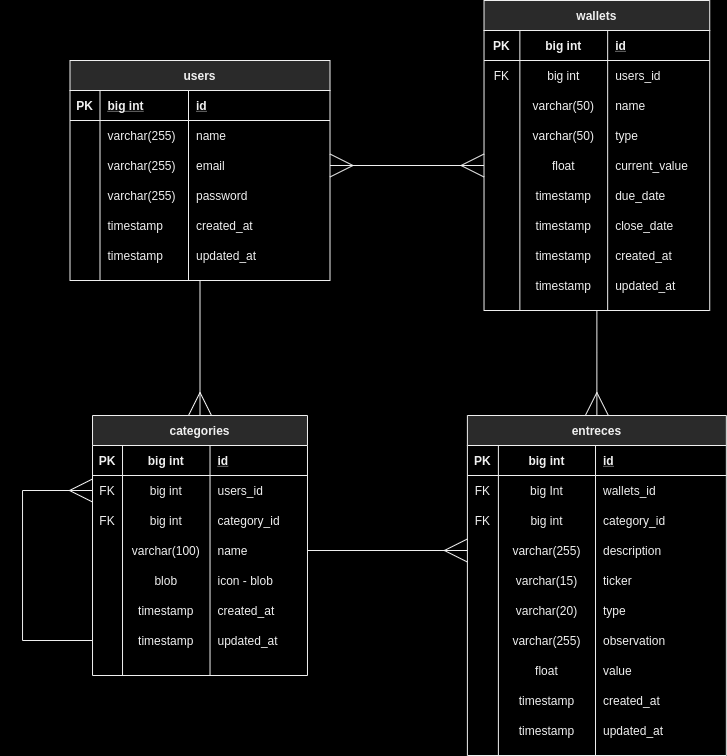
The draw.io diagram public/my-wallet-der.png in gpreviatti/my-wallet-backend, before a commit. Source tidied: cells renumbered, new cells last; positions are measured from the earlier drawing's top-left corner, leaving out a move shared by most shapes.
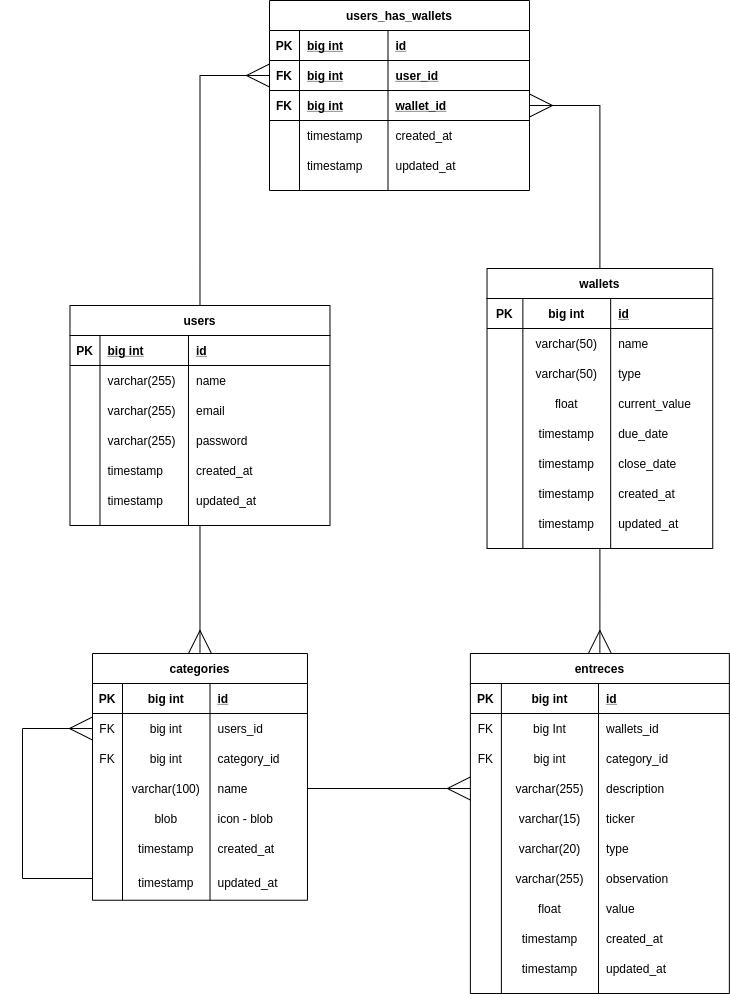
The same file after the commit.

Commit message:
imp der

The edit, as a diff of the source:
```diff
@@ -1,4 +1,4 @@
-<mxGraphModel background="#000000">
+<mxGraphModel>
   <root>
     <mxCell id="0" />
     <mxCell id="1" parent="0" />
@@ -11,11 +11,77 @@
     <mxCell id="4" style="edgeStyle=orthogonalEdgeStyle;rounded=0;jettySize=auto;html=1;entryX=0;entryY=0.5;entryDx=0;entryDy=0;endArrow=ERmany;endFill=0;endSize=21;targetPerimeterSpacing=5;" parent="1" edge="1" source="122" target="81">
       <mxGeometry relative="1" as="geometry" />
     </mxCell>
-    <mxCell id="5" style="edgeStyle=orthogonalEdgeStyle;rounded=0;jettySize=auto;html=1;exitX=1;exitY=0.5;exitDx=0;exitDy=0;entryX=0;entryY=0.5;entryDx=0;entryDy=0;startArrow=ERmany;startFill=0;startSize=21;sourcePerimeterSpacing=21;targetPerimeterSpacing=21;endArrow=ERmany;endFill=0;endSize=21;" parent="1" edge="1" source="15" target="48">
-      <mxGeometry relative="1" as="geometry" />
-    </mxCell>
+    <mxCell id="143" style="edgeStyle=orthogonalEdgeStyle;rounded=0;jettySize=auto;html=1;entryX=1;entryY=0.5;entryDx=0;entryDy=0;endArrow=ERmany;endFill=0;endSize=21;" parent="1" edge="1" source="31" target="153">
+      <mxGeometry relative="1" as="geometry" />
+    </mxCell>
+    <mxCell id="144" value="users_has_wallets" style="shape=table;startSize=30;rowLines=0;fontStyle=1;align=center;" parent="1" vertex="1">
+      <mxGeometry x="238" y="-85" width="260" height="190" as="geometry" />
+    </mxCell>
+    <mxCell id="145" style="shape=partialRectangle;fillColor=none;top=0;left=0;bottom=1;right=0;" parent="144" vertex="1">
+      <mxGeometry y="30" width="260" height="30" as="geometry" />
+    </mxCell>
+    <mxCell id="146" value="PK" style="shape=partialRectangle;fillColor=none;top=0;left=0;bottom=0;right=0;fontStyle=1;overflow=hidden;" parent="145" vertex="1">
+      <mxGeometry width="30" height="30" as="geometry" />
+    </mxCell>
+    <mxCell id="147" value="big int" style="shape=partialRectangle;fillColor=none;top=0;left=0;bottom=0;right=0;align=left;spacingLeft=6;fontStyle=5;overflow=hidden;" parent="145" vertex="1">
+      <mxGeometry x="30" width="88.5" height="30" as="geometry" />
+    </mxCell>
+    <mxCell id="148" value="id" style="shape=partialRectangle;fillColor=none;top=0;left=0;bottom=0;right=0;align=left;spacingLeft=6;fontStyle=5;overflow=hidden;" parent="145" vertex="1">
+      <mxGeometry x="118.5" width="141.5" height="30" as="geometry" />
+    </mxCell>
+    <mxCell id="149" style="shape=partialRectangle;fillColor=none;top=0;left=0;bottom=1;right=0;points=[[0,0.5],[1,0.5]];portConstraint=eastwest;" parent="144" vertex="1">
+      <mxGeometry y="60" width="260" height="30" as="geometry" />
+    </mxCell>
+    <mxCell id="150" value="FK" style="shape=partialRectangle;fillColor=none;top=0;left=0;bottom=0;right=0;fontStyle=1;overflow=hidden;" parent="149" vertex="1">
+      <mxGeometry width="30" height="30" as="geometry" />
+    </mxCell>
+    <mxCell id="151" value="big int" style="shape=partialRectangle;fillColor=none;top=0;left=0;bottom=0;right=0;align=left;spacingLeft=6;fontStyle=5;overflow=hidden;" parent="149" vertex="1">
+      <mxGeometry x="30" width="88.5" height="30" as="geometry" />
+    </mxCell>
+    <mxCell id="152" value="user_id" style="shape=partialRectangle;fillColor=none;top=0;left=0;bottom=0;right=0;align=left;spacingLeft=6;fontStyle=5;overflow=hidden;" parent="149" vertex="1">
+      <mxGeometry x="118.5" width="141.5" height="30" as="geometry" />
+    </mxCell>
+    <mxCell id="153" style="shape=partialRectangle;fillColor=none;top=0;left=0;bottom=1;right=0;points=[[0,0.5],[1,0.5]];portConstraint=eastwest;" parent="144" vertex="1">
+      <mxGeometry y="90" width="260" height="30" as="geometry" />
+    </mxCell>
+    <mxCell id="154" value="FK" style="shape=partialRectangle;fillColor=none;top=0;left=0;bottom=0;right=0;fontStyle=1;overflow=hidden;" parent="153" vertex="1">
+      <mxGeometry width="30" height="30" as="geometry" />
+    </mxCell>
+    <mxCell id="155" value="big int" style="shape=partialRectangle;fillColor=none;top=0;left=0;bottom=0;right=0;align=left;spacingLeft=6;fontStyle=5;overflow=hidden;" parent="153" vertex="1">
+      <mxGeometry x="30" width="88.5" height="30" as="geometry" />
+    </mxCell>
+    <mxCell id="156" value="wallet_id" style="shape=partialRectangle;fillColor=none;top=0;left=0;bottom=0;right=0;align=left;spacingLeft=6;fontStyle=5;overflow=hidden;" parent="153" vertex="1">
+      <mxGeometry x="118.5" width="141.5" height="30" as="geometry" />
+    </mxCell>
+    <mxCell id="157" style="shape=partialRectangle;fillColor=none;top=0;left=0;bottom=0;right=0;" parent="144" vertex="1">
+      <mxGeometry y="120" width="260" height="30" as="geometry" />
+    </mxCell>
+    <mxCell id="158" style="shape=partialRectangle;fillColor=none;top=0;left=0;bottom=0;right=0;overflow=hidden;" parent="157" vertex="1">
+      <mxGeometry width="30" height="30" as="geometry" />
+    </mxCell>
+    <mxCell id="159" value="timestamp" style="shape=partialRectangle;fillColor=none;top=0;left=0;bottom=0;right=0;align=left;spacingLeft=6;overflow=hidden;" parent="157" vertex="1">
+      <mxGeometry x="30" width="88.5" height="30" as="geometry" />
+    </mxCell>
+    <mxCell id="160" value="created_at " style="shape=partialRectangle;fillColor=none;top=0;left=0;bottom=0;right=0;align=left;spacingLeft=6;overflow=hidden;" parent="157" vertex="1">
+      <mxGeometry x="118.5" width="141.5" height="30" as="geometry" />
+    </mxCell>
+    <mxCell id="161" style="shape=partialRectangle;fillColor=none;top=0;left=0;bottom=0;right=0;" parent="144" vertex="1">
+      <mxGeometry y="150" width="260" height="30" as="geometry" />
+    </mxCell>
+    <mxCell id="162" style="shape=partialRectangle;fillColor=none;top=0;left=0;bottom=0;right=0;overflow=hidden;" parent="161" vertex="1">
+      <mxGeometry width="30" height="30" as="geometry" />
+    </mxCell>
+    <mxCell id="163" value="timestamp" style="shape=partialRectangle;fillColor=none;top=0;left=0;bottom=0;right=0;align=left;spacingLeft=6;overflow=hidden;" parent="161" vertex="1">
+      <mxGeometry x="30" width="88.5" height="30" as="geometry" />
+    </mxCell>
+    <mxCell id="164" value="updated_at" style="shape=partialRectangle;fillColor=none;top=0;left=0;bottom=0;right=0;align=left;spacingLeft=6;overflow=hidden;" parent="161" vertex="1">
+      <mxGeometry x="118.5" width="141.5" height="30" as="geometry" />
+    </mxCell>
+    <mxCell id="165" style="edgeStyle=orthogonalEdgeStyle;rounded=0;jettySize=auto;html=1;exitX=0.5;exitY=0;exitDx=0;exitDy=0;entryX=0;entryY=0.5;entryDx=0;entryDy=0;endArrow=ERmany;endFill=0;endSize=21;" parent="1" edge="1" source="6" target="149">
+      <mxGeometry relative="1" as="geometry" />
+    </mxCell>
     <mxCell id="6" value="users" style="shape=table;startSize=30;rowLines=0;fontStyle=1;align=center;" parent="1" vertex="1">
-      <mxGeometry x="47.5" y="60" width="260" height="220" as="geometry" />
+      <mxGeometry x="38.5" y="220" width="260" height="220" as="geometry" />
     </mxCell>
     <mxCell id="7" style="shape=partialRectangle;fillColor=none;top=0;left=0;bottom=1;right=0;" parent="6" vertex="1">
       <mxGeometry y="30" width="260" height="30" as="geometry" />
@@ -90,7 +156,7 @@
       <mxGeometry x="118.5" width="141.5" height="30" as="geometry" />
     </mxCell>
     <mxCell id="31" value="wallets" style="shape=table;startSize=30;rowLines=0;fontStyle=1;align=center;" parent="1" vertex="1">
-      <mxGeometry x="461.5" width="225.7" height="310" as="geometry" />
+      <mxGeometry x="455.5" y="183" width="225.7" height="280" as="geometry" />
     </mxCell>
     <mxCell id="32" style="shape=partialRectangle;fillColor=none;top=0;left=0;bottom=1;right=0;" parent="31" vertex="1">
       <mxGeometry y="30" width="225.7" height="30" as="geometry" />
@@ -104,20 +170,8 @@
     <mxCell id="35" value="id" style="shape=partialRectangle;fillColor=none;top=0;left=0;bottom=0;right=0;align=left;spacingLeft=6;fontStyle=5;overflow=hidden;" parent="32" vertex="1">
       <mxGeometry x="123.6" width="102.1" height="30" as="geometry" />
     </mxCell>
-    <mxCell id="36" style="shape=partialRectangle;fillColor=none;top=0;left=0;bottom=0;right=0;" parent="31" vertex="1">
-      <mxGeometry y="60" width="225.7" height="30" as="geometry" />
-    </mxCell>
-    <mxCell id="37" value="FK" style="shape=partialRectangle;fillColor=none;top=0;left=0;bottom=0;right=0;overflow=hidden;" parent="36" vertex="1">
-      <mxGeometry width="35.8" height="30" as="geometry" />
-    </mxCell>
-    <mxCell id="38" value="big int" style="shape=partialRectangle;fillColor=none;top=0;left=0;bottom=0;right=0;overflow=hidden;" parent="36" vertex="1">
-      <mxGeometry x="35.8" width="87.8" height="30" as="geometry" />
-    </mxCell>
-    <mxCell id="39" value="users_id" style="shape=partialRectangle;fillColor=none;top=0;left=0;bottom=0;right=0;align=left;spacingLeft=6;overflow=hidden;" parent="36" vertex="1">
-      <mxGeometry x="123.6" width="102.1" height="30" as="geometry" />
-    </mxCell>
     <mxCell id="40" style="shape=partialRectangle;fillColor=none;top=0;left=0;bottom=0;right=0;" parent="31" vertex="1">
-      <mxGeometry y="90" width="225.7" height="30" as="geometry" />
+      <mxGeometry y="60" width="225.7" height="30" as="geometry" />
     </mxCell>
     <mxCell id="41" style="shape=partialRectangle;fillColor=none;top=0;left=0;bottom=0;right=0;overflow=hidden;" parent="40" vertex="1">
       <mxGeometry width="35.8" height="30" as="geometry" />
@@ -129,7 +183,7 @@
       <mxGeometry x="123.6" width="102.1" height="30" as="geometry" />
     </mxCell>
     <mxCell id="44" style="shape=partialRectangle;fillColor=none;top=0;left=0;bottom=0;right=0;" parent="31" vertex="1">
-      <mxGeometry y="120" width="225.7" height="30" as="geometry" />
+      <mxGeometry y="90" width="225.7" height="30" as="geometry" />
     </mxCell>
     <mxCell id="45" style="shape=partialRectangle;fillColor=none;top=0;left=0;bottom=0;right=0;overflow=hidden;" parent="44" vertex="1">
       <mxGeometry width="35.8" height="30" as="geometry" />
@@ -141,7 +195,7 @@
       <mxGeometry x="123.6" width="102.1" height="30" as="geometry" />
     </mxCell>
     <mxCell id="48" style="shape=partialRectangle;fillColor=none;top=0;left=0;bottom=0;right=0;points=[[0,0.5],[1,0.5]];portConstraint=eastwest;" parent="31" vertex="1">
-      <mxGeometry y="150" width="225.7" height="30" as="geometry" />
+      <mxGeometry y="120" width="225.7" height="30" as="geometry" />
     </mxCell>
     <mxCell id="49" style="shape=partialRectangle;fillColor=none;top=0;left=0;bottom=0;right=0;overflow=hidden;" parent="48" vertex="1">
       <mxGeometry width="35.8" height="30" as="geometry" />
@@ -153,7 +207,7 @@
       <mxGeometry x="123.6" width="102.1" height="30" as="geometry" />
     </mxCell>
     <mxCell id="52" style="shape=partialRectangle;fillColor=none;top=0;left=0;bottom=0;right=0;" parent="31" vertex="1">
-      <mxGeometry y="180" width="225.7" height="30" as="geometry" />
+      <mxGeometry y="150" width="225.7" height="30" as="geometry" />
     </mxCell>
     <mxCell id="53" style="shape=partialRectangle;fillColor=none;top=0;left=0;bottom=0;right=0;overflow=hidden;" parent="52" vertex="1">
       <mxGeometry width="35.8" height="30" as="geometry" />
@@ -165,7 +219,7 @@
       <mxGeometry x="123.6" width="102.1" height="30" as="geometry" />
     </mxCell>
     <mxCell id="56" style="shape=partialRectangle;fillColor=none;top=0;left=0;bottom=0;right=0;" parent="31" vertex="1">
-      <mxGeometry y="210" width="225.7" height="30" as="geometry" />
+      <mxGeometry y="180" width="225.7" height="30" as="geometry" />
     </mxCell>
     <mxCell id="57" style="shape=partialRectangle;fillColor=none;top=0;left=0;bottom=0;right=0;overflow=hidden;" parent="56" vertex="1">
       <mxGeometry width="35.8" height="30" as="geometry" />
@@ -177,7 +231,7 @@
       <mxGeometry x="123.6" width="102.1" height="30" as="geometry" />
     </mxCell>
     <mxCell id="60" style="shape=partialRectangle;fillColor=none;top=0;left=0;bottom=0;right=0;" parent="31" vertex="1">
-      <mxGeometry y="240" width="225.7" height="30" as="geometry" />
+      <mxGeometry y="210" width="225.7" height="30" as="geometry" />
     </mxCell>
     <mxCell id="61" style="shape=partialRectangle;fillColor=none;top=0;left=0;bottom=0;right=0;overflow=hidden;" parent="60" vertex="1">
       <mxGeometry width="35.8" height="30" as="geometry" />
@@ -189,7 +243,7 @@
       <mxGeometry x="123.6" width="102.1" height="30" as="geometry" />
     </mxCell>
     <mxCell id="64" style="shape=partialRectangle;fillColor=none;top=0;left=0;bottom=0;right=0;" parent="31" vertex="1">
-      <mxGeometry y="270" width="225.7" height="30" as="geometry" />
+      <mxGeometry y="240" width="225.7" height="30" as="geometry" />
     </mxCell>
     <mxCell id="65" style="shape=partialRectangle;fillColor=none;top=0;left=0;bottom=0;right=0;overflow=hidden;" parent="64" vertex="1">
       <mxGeometry width="35.8" height="30" as="geometry" />
@@ -201,7 +255,7 @@
       <mxGeometry x="123.6" width="102.1" height="30" as="geometry" />
     </mxCell>
     <mxCell id="68" value="entreces" style="shape=table;startSize=30;rowLines=0;fontStyle=1;align=center;" parent="1" vertex="1">
-      <mxGeometry x="444.9" y="415" width="259" height="340" as="geometry" />
+      <mxGeometry x="438.9" y="568" width="259" height="340" as="geometry" />
     </mxCell>
     <mxCell id="69" style="shape=partialRectangle;fillColor=none;top=0;left=0;bottom=1;right=0;" parent="68" vertex="1">
       <mxGeometry y="30" width="259" height="30" as="geometry" />
@@ -324,7 +378,7 @@
       <mxGeometry x="128.1" width="130.8" height="30" as="geometry" />
     </mxCell>
     <mxCell id="109" value="categories" style="shape=table;startSize=30;rowLines=0;fontStyle=1;align=center;" parent="1" vertex="1">
-      <mxGeometry x="70" y="415" width="215" height="260" as="geometry" />
+      <mxGeometry x="61" y="568" width="215" height="246.8" as="geometry" />
     </mxCell>
     <mxCell id="110" style="shape=partialRectangle;fillColor=none;top=0;left=0;bottom=1;right=0;" parent="109" vertex="1">
       <mxGeometry y="30" width="215" height="30" as="geometry" />
@@ -407,28 +461,16 @@
       </mxGeometry>
     </mxCell>
     <mxCell id="135" style="shape=partialRectangle;fillColor=none;top=0;left=0;bottom=0;right=0;points=[[0,0.5],[1,0.5]];portConstraint=eastwest;" parent="109" vertex="1">
-      <mxGeometry y="210" width="215" height="30" as="geometry" />
+      <mxGeometry y="210" width="215" height="37" as="geometry" />
     </mxCell>
     <mxCell id="136" style="shape=partialRectangle;fillColor=none;top=0;left=0;bottom=0;right=0;overflow=hidden;" parent="135" vertex="1">
-      <mxGeometry width="30" height="30" as="geometry" />
+      <mxGeometry width="30" height="37" as="geometry" />
     </mxCell>
     <mxCell id="137" value="timestamp" style="shape=partialRectangle;fillColor=none;top=0;left=0;bottom=0;right=0;overflow=hidden;" parent="135" vertex="1">
-      <mxGeometry x="30" width="87.5" height="30" as="geometry" />
+      <mxGeometry x="30" width="87.5" height="37" as="geometry" />
     </mxCell>
     <mxCell id="138" value="updated_at" style="shape=partialRectangle;fillColor=none;top=0;left=0;bottom=0;right=0;align=left;spacingLeft=6;overflow=hidden;" parent="135" vertex="1">
-      <mxGeometry x="117.5" width="97.5" height="30" as="geometry" />
+      <mxGeometry x="117.5" width="97.5" height="37" as="geometry" />
     </mxCell>
-    <mxCell id="139" style="shape=partialRectangle;fillColor=none;top=0;left=0;bottom=0;right=0;" parent="109" vertex="1">
-      <mxGeometry y="240" width="215" height="20" as="geometry" />
-    </mxCell>
-    <mxCell id="140" style="shape=partialRectangle;fillColor=none;top=0;left=0;bottom=0;right=0;overflow=hidden;" parent="139" vertex="1">
-      <mxGeometry width="30" height="20" as="geometry" />
-    </mxCell>
-    <mxCell id="141" style="shape=partialRectangle;fillColor=none;top=0;left=0;bottom=0;right=0;overflow=hidden;" parent="139" vertex="1">
-      <mxGeometry x="30" width="87.5" height="20" as="geometry" />
-    </mxCell>
-    <mxCell id="142" style="shape=partialRectangle;fillColor=none;top=0;left=0;bottom=0;right=0;align=left;spacingLeft=6;overflow=hidden;" parent="139" vertex="1">
-      <mxGeometry x="117.5" width="97.5" height="20" as="geometry" />
-    </mxCell>
   </root>
 </mxGraphModel>
```
